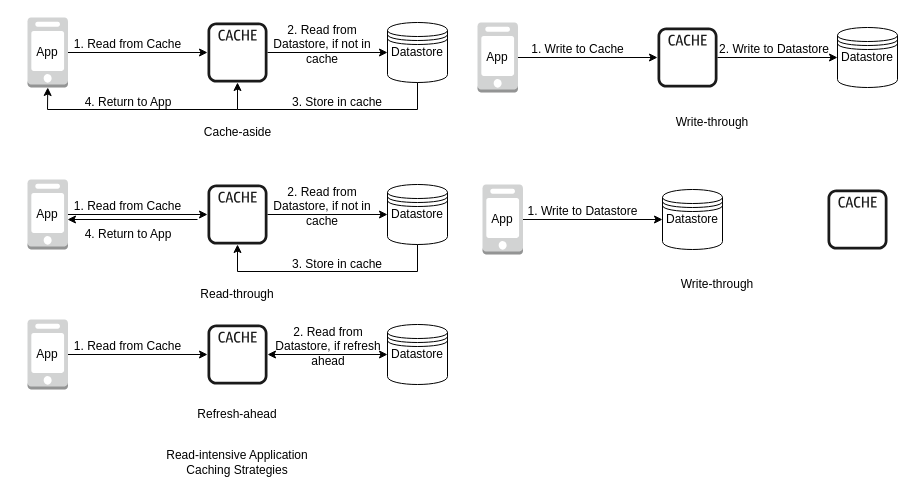
Before: Caching Strategies.drawio in jayanthkmr/architecture-diagrams, a draw.io diagram. Source tidied: cells renumbered, new cells numbered last; positions are measured from the earlier drawing's top-left corner, leaving out a move shared by most shapes. Both pictures are drawn from the tidied source at 100%, with x=0, y=0 at pixel (17, 17).
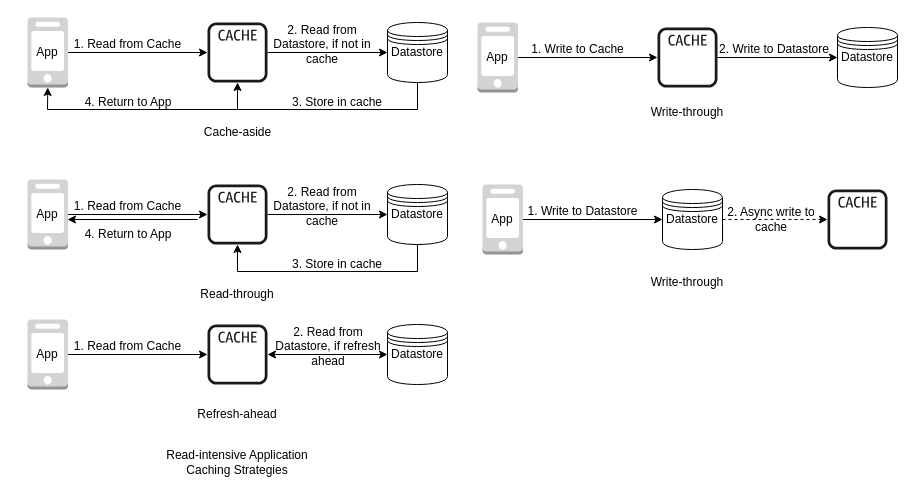
The same diagram, later.

The change refers to these unchanged cells:
```xml
<mxCell id="61" value="Datastore" style="text;html=1;strokeColor=none;fillColor=none;align=center;verticalAlign=middle;whiteSpace=wrap;rounded=0;" parent="1" vertex="1">
  <mxGeometry x="645" y="187" width="60" height="30" as="geometry" />
</mxCell>
<mxCell id="63" style="sketch=0;outlineConnect=0;fontColor=#232F3E;gradientColor=none;fillColor=#1A1A1A;strokeColor=none;dashed=0;verticalLabelPosition=bottom;verticalAlign=top;align=center;html=1;fontSize=12;fontStyle=0;shape=mxgraph.aws4.cache_node;" parent="1" vertex="1">
  <mxGeometry x="810" y="172" width="60" height="60" as="geometry" />
</mxCell>
```

What changed in the source:
```diff
@@
     <mxCell id="55" value="Write-through" style="text;html=1;strokeColor=none;fillColor=none;align=center;verticalAlign=middle;whiteSpace=wrap;rounded=0;" parent="1" vertex="1">
-      <mxGeometry x="650" y="90" width="89.5" height="30" as="geometry" />
+      <mxGeometry x="625.2" y="80" width="89.5" height="30" as="geometry" />
     </mxCell>
@@
+    <mxCell id="64" style="edgeStyle=orthogonalEdgeStyle;rounded=0;jettySize=auto;html=1;exitX=1;exitY=0.5;exitDx=0;exitDy=0;dashed=1;" parent="1" edge="1" source="61" target="63">
+      <mxGeometry relative="1" as="geometry" />
+    </mxCell>
@@
     <mxCell id="62" value="Write-through" style="text;html=1;strokeColor=none;fillColor=none;align=center;verticalAlign=middle;whiteSpace=wrap;rounded=0;" parent="1" vertex="1">
-      <mxGeometry x="655" y="252" width="89.5" height="30" as="geometry" />
+      <mxGeometry x="625.2" y="250" width="89.5" height="30" as="geometry" />
     </mxCell>
@@
+    <mxCell id="65" value="2. Async write to cache" style="text;html=1;strokeColor=none;fillColor=none;align=center;verticalAlign=middle;whiteSpace=wrap;rounded=0;" parent="1" vertex="1">
+      <mxGeometry x="705" y="187" width="98" height="30" as="geometry" />
+    </mxCell>
```
